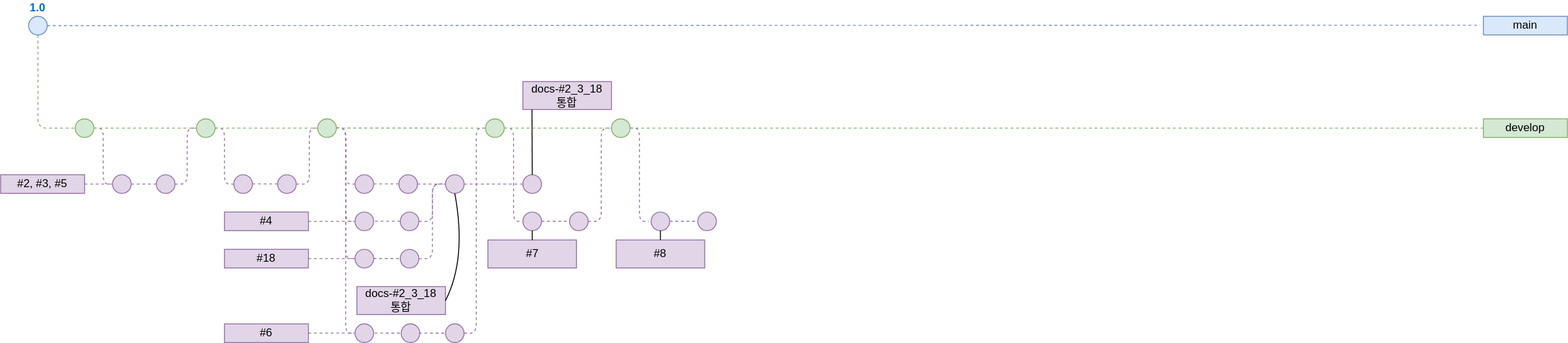
Earlier version of the draw.io export docs/git/gitBranch.drawio.svg (1Dohyeon/RentEase). Source tidied: cells renumbered, new cells last; positions are measured from the earlier drawing's top-left corner, leaving out a move shared by most shapes.
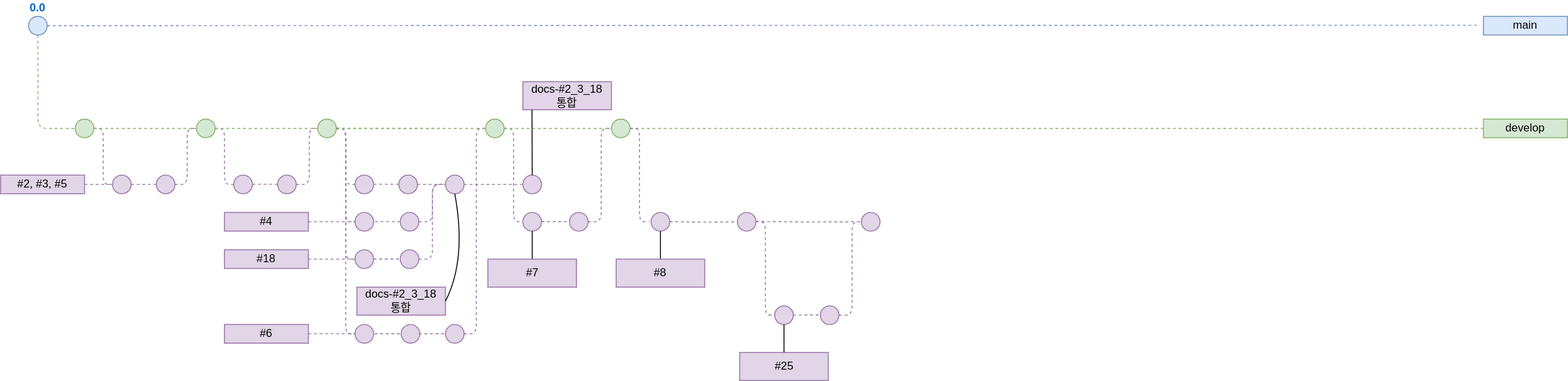
Above is the later version.

Commit message:
ADD: #25 브랜치 기록 추가

What changed in the source:
```diff
@@ -9,7 +9,7 @@
         </Array>
       </mxGeometry>
     </mxCell>
-    <mxCell id="3" value="1.0" style="ellipse;whiteSpace=wrap;html=1;fillColor=#dae8fc;strokeColor=#6c8ebf;fontStyle=1;labelPosition=center;verticalLabelPosition=top;align=center;verticalAlign=bottom;fontColor=#0066CC;" parent="1" vertex="1">
+    <mxCell id="3" value="0.0" style="ellipse;whiteSpace=wrap;html=1;fillColor=#dae8fc;strokeColor=#6c8ebf;fontStyle=1;labelPosition=center;verticalLabelPosition=top;align=center;verticalAlign=bottom;fontColor=#0066CC;" parent="1" vertex="1">
       <mxGeometry x="30" width="20" height="20" as="geometry" />
     </mxCell>
     <mxCell id="4" value="main" style="text;html=1;strokeColor=#6c8ebf;fillColor=#dae8fc;align=center;verticalAlign=middle;whiteSpace=wrap;rounded=0;" parent="1" vertex="1">
@@ -296,8 +296,11 @@
     <mxCell id="62" value="docs-#2_3_18&lt;div&gt;통합&lt;/div&gt;" style="text;html=1;strokeColor=#9673a6;fillColor=#e1d5e7;align=center;verticalAlign=middle;whiteSpace=wrap;rounded=0;" parent="1" vertex="1">
       <mxGeometry x="560" y="70" width="95" height="30" as="geometry" />
     </mxCell>
+    <mxCell id="78" style="edgeStyle=orthogonalEdgeStyle;rounded=0;jettySize=auto;html=1;exitX=0.5;exitY=0;exitDx=0;exitDy=0;entryX=0.5;entryY=1;entryDx=0;entryDy=0;endArrow=none;endFill=0;" parent="1" edge="1" source="63" target="60">
+      <mxGeometry relative="1" as="geometry" />
+    </mxCell>
     <mxCell id="63" value="#7" style="text;html=1;strokeColor=#9673a6;fillColor=#e1d5e7;align=center;verticalAlign=middle;whiteSpace=wrap;rounded=0;" parent="1" vertex="1">
-      <mxGeometry x="522.5" y="240" width="95" height="30" as="geometry" />
+      <mxGeometry x="522.5" y="260" width="95" height="30" as="geometry" />
     </mxCell>
     <mxCell id="64" style="endArrow=none;html=1;rounded=0;fontSize=12;startSize=8;endSize=8;curved=1;entryX=0.5;entryY=1;entryDx=0;entryDy=0;exitX=1;exitY=0.5;exitDx=0;exitDy=0;" parent="1" edge="1" source="46" target="42">
       <mxGeometry relative="1" as="geometry">
@@ -309,11 +312,6 @@
     <mxCell id="65" style="endArrow=none;html=1;rounded=0;fontSize=12;startSize=8;endSize=8;curved=1;exitX=0.5;exitY=0;exitDx=0;exitDy=0;entryX=0.103;entryY=1.001;entryDx=0;entryDy=0;entryPerimeter=0;" parent="1" edge="1" source="58" target="62">
       <mxGeometry relative="1" as="geometry" />
     </mxCell>
-    <mxCell id="66" style="endArrow=none;html=1;rounded=0;fontSize=12;startSize=8;endSize=8;curved=1;entryX=0.5;entryY=1;entryDx=0;entryDy=0;" parent="1" edge="1" target="60">
-      <mxGeometry relative="1" as="geometry">
-        <mxPoint x="570" y="240" as="sourcePoint" />
-      </mxGeometry>
-    </mxCell>
     <mxCell id="67" style="ellipse;whiteSpace=wrap;html=1;fontSize=10;fillColor=#e1d5e7;strokeColor=#9673a6;" parent="1" vertex="1">
       <mxGeometry x="610" y="210" width="20" height="20" as="geometry" />
     </mxCell>
@@ -351,22 +349,66 @@
     <mxCell id="73" style="ellipse;whiteSpace=wrap;html=1;fontSize=10;fillColor=#e1d5e7;strokeColor=#9673a6;" parent="1" vertex="1">
       <mxGeometry x="697.5" y="210" width="20" height="20" as="geometry" />
     </mxCell>
+    <mxCell id="79" style="edgeStyle=orthogonalEdgeStyle;rounded=0;jettySize=auto;html=1;exitX=0.5;exitY=0;exitDx=0;exitDy=0;entryX=0.5;entryY=1;entryDx=0;entryDy=0;endArrow=none;endFill=0;" parent="1" edge="1" source="74" target="73">
+      <mxGeometry relative="1" as="geometry" />
+    </mxCell>
     <mxCell id="74" value="#8" style="text;html=1;strokeColor=#9673a6;fillColor=#e1d5e7;align=center;verticalAlign=middle;whiteSpace=wrap;rounded=0;" parent="1" vertex="1">
-      <mxGeometry x="660" y="240" width="95" height="30" as="geometry" />
+      <mxGeometry x="660" y="260" width="95" height="30" as="geometry" />
     </mxCell>
-    <mxCell id="75" style="endArrow=none;html=1;rounded=0;fontSize=12;startSize=8;endSize=8;curved=1;entryX=0.5;entryY=1;entryDx=0;entryDy=0;" parent="1" edge="1" target="73">
-      <mxGeometry relative="1" as="geometry">
-        <mxPoint x="707.5" y="240" as="sourcePoint" />
-      </mxGeometry>
-    </mxCell>
     <mxCell id="76" style="ellipse;whiteSpace=wrap;html=1;fontSize=10;fillColor=#e1d5e7;strokeColor=#9673a6;" parent="1" vertex="1">
-      <mxGeometry x="747.5" y="210" width="20" height="20" as="geometry" />
+      <mxGeometry x="790" y="210" width="20" height="20" as="geometry" />
     </mxCell>
-    <mxCell id="77" style="edgeStyle=orthogonalEdgeStyle;rounded=1;orthogonalLoop=1;jettySize=auto;html=1;dashed=1;endArrow=none;endFill=0;fontSize=12;fontColor=#FFB570;fillColor=#e1d5e7;strokeColor=#9673a6;" parent="1" edge="1">
+    <mxCell id="77" style="edgeStyle=orthogonalEdgeStyle;rounded=1;jettySize=auto;html=1;dashed=1;endArrow=none;endFill=0;fontSize=12;fontColor=#FFB570;fillColor=#e1d5e7;strokeColor=#9673a6;entryX=0;entryY=0.5;entryDx=0;entryDy=0;" parent="1" edge="1" target="76">
       <mxGeometry relative="1" as="geometry">
         <mxPoint x="717.5" y="219.9" as="sourcePoint" />
-        <mxPoint x="747.5" y="220.1" as="targetPoint" />
       </mxGeometry>
     </mxCell>
+    <mxCell id="80" style="edgeStyle=orthogonalEdgeStyle;rounded=1;orthogonalLoop=1;jettySize=auto;html=1;dashed=1;endArrow=none;endFill=0;fontSize=12;fontColor=#FFB570;fillColor=#e1d5e7;strokeColor=#9673a6;exitX=1;exitY=0.5;exitDx=0;exitDy=0;entryX=0;entryY=0.5;entryDx=0;entryDy=0;" parent="1" edge="1">
+      <mxGeometry relative="1" as="geometry">
+        <mxPoint x="810" y="220" as="sourcePoint" />
+        <mxPoint x="830" y="320" as="targetPoint" />
+        <Array as="points">
+          <mxPoint x="820" y="220" />
+          <mxPoint x="820" y="320" />
+        </Array>
+      </mxGeometry>
+    </mxCell>
+    <mxCell id="81" style="edgeStyle=orthogonalEdgeStyle;rounded=1;orthogonalLoop=1;jettySize=auto;html=1;dashed=1;endArrow=none;endFill=0;fontSize=12;fontColor=#FFB570;fillColor=#e1d5e7;strokeColor=#9673a6;" parent="1" edge="1">
+      <mxGeometry relative="1" as="geometry">
+        <mxPoint x="810" y="219.7" as="sourcePoint" />
+        <mxPoint x="920" y="220" as="targetPoint" />
+      </mxGeometry>
+    </mxCell>
+    <mxCell id="82" style="ellipse;whiteSpace=wrap;html=1;fontSize=10;fillColor=#e1d5e7;strokeColor=#9673a6;" parent="1" vertex="1">
+      <mxGeometry x="830" y="310" width="20" height="20" as="geometry" />
+    </mxCell>
+    <mxCell id="83" style="edgeStyle=orthogonalEdgeStyle;rounded=0;jettySize=auto;html=1;exitX=0.5;exitY=0;exitDx=0;exitDy=0;entryX=0.5;entryY=1;entryDx=0;entryDy=0;endArrow=none;endFill=0;" parent="1" edge="1" source="84" target="82">
+      <mxGeometry relative="1" as="geometry" />
+    </mxCell>
+    <mxCell id="84" value="#25" style="text;html=1;strokeColor=#9673a6;fillColor=#e1d5e7;align=center;verticalAlign=middle;whiteSpace=wrap;rounded=0;" parent="1" vertex="1">
+      <mxGeometry x="792.5" y="360" width="95" height="30" as="geometry" />
+    </mxCell>
+    <mxCell id="85" style="ellipse;whiteSpace=wrap;html=1;fontSize=10;fillColor=#e1d5e7;strokeColor=#9673a6;" parent="1" vertex="1">
+      <mxGeometry x="923" y="210" width="20" height="20" as="geometry" />
+    </mxCell>
+    <mxCell id="86" style="ellipse;whiteSpace=wrap;html=1;fontSize=10;fillColor=#e1d5e7;strokeColor=#9673a6;" parent="1" vertex="1">
+      <mxGeometry x="879" y="310" width="20" height="20" as="geometry" />
+    </mxCell>
+    <mxCell id="87" style="edgeStyle=orthogonalEdgeStyle;rounded=1;orthogonalLoop=1;jettySize=auto;html=1;dashed=1;endArrow=none;endFill=0;fontSize=12;fontColor=#FFB570;fillColor=#e1d5e7;strokeColor=#9673a6;" parent="1" edge="1">
+      <mxGeometry relative="1" as="geometry">
+        <mxPoint x="850" y="319.8" as="sourcePoint" />
+        <mxPoint x="880" y="320" as="targetPoint" />
+      </mxGeometry>
+    </mxCell>
+    <mxCell id="88" style="edgeStyle=orthogonalEdgeStyle;rounded=1;orthogonalLoop=1;jettySize=auto;html=1;dashed=1;endArrow=none;endFill=0;fontSize=12;fontColor=#FFB570;fillColor=#e1d5e7;strokeColor=#9673a6;entryX=0;entryY=0.5;entryDx=0;entryDy=0;" parent="1" edge="1">
+      <mxGeometry relative="1" as="geometry">
+        <mxPoint x="899" y="320" as="sourcePoint" />
+        <mxPoint x="924" y="220" as="targetPoint" />
+        <Array as="points">
+          <mxPoint x="913" y="320" />
+          <mxPoint x="913" y="220" />
+        </Array>
+      </mxGeometry>
+    </mxCell>
   </root>
 </mxGraphModel>
```
